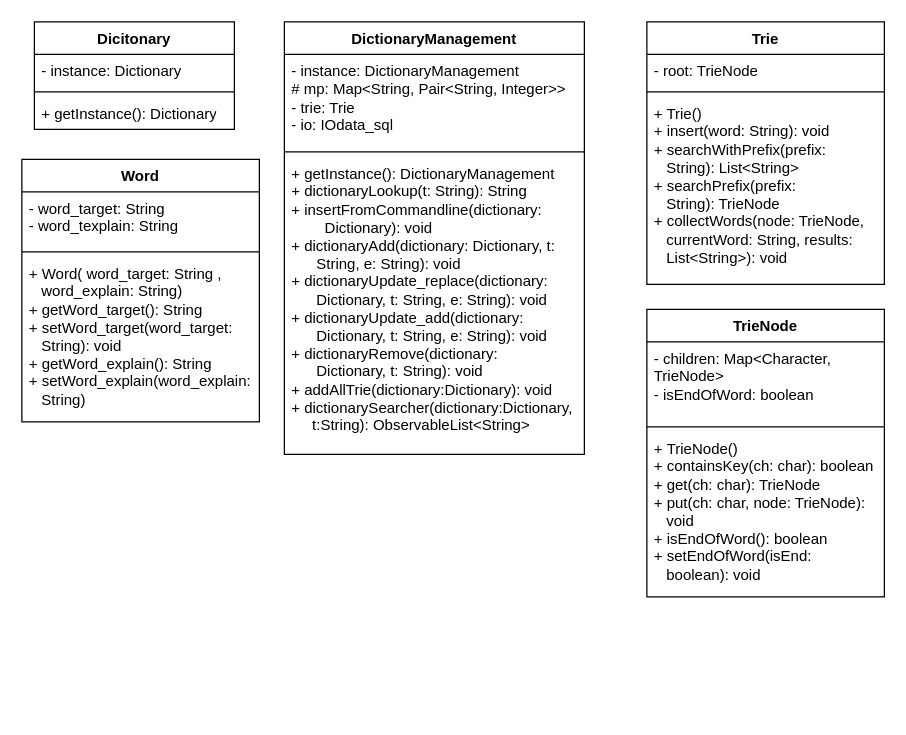
Above: Dictionary_Project/Biểu đồ không có tiêu đề.drawio in changchan255/OOP_Dictionary (draw.io), before the change. Source tidied: cells renumbered, new cells numbered last; positions are measured from the earlier drawing's top-left corner, leaving out a move shared by most shapes. Both pictures are drawn from the tidied source at 125%, with x=0, y=0 at pixel (21, 21).
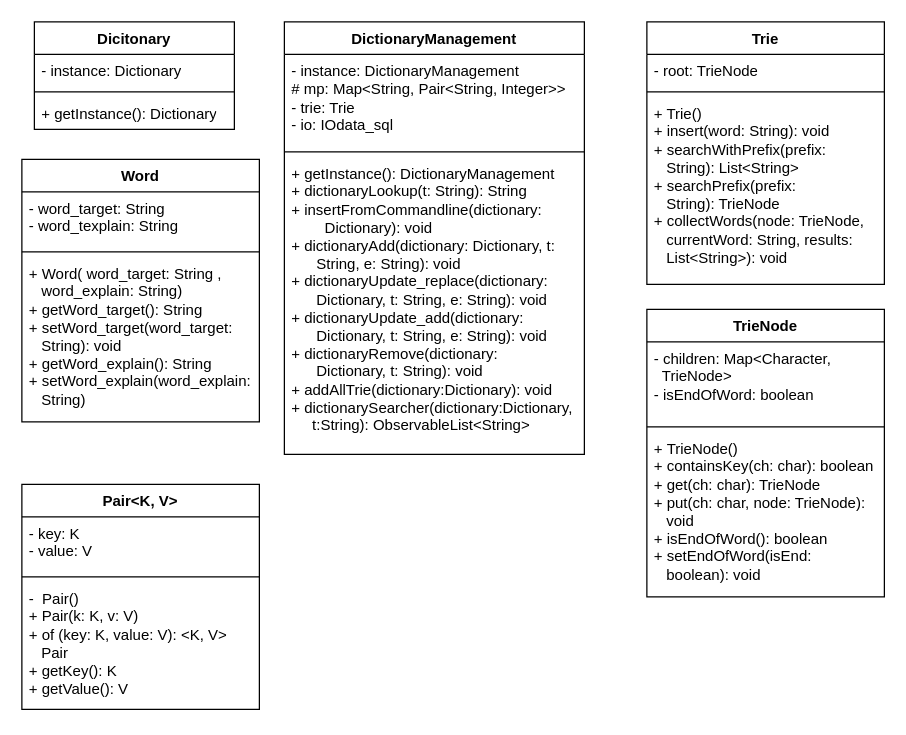
After the change.

Commit message:
Cập nhật

Unchanged cells that the change refers to:
```xml
<mxCell id="18" value="TrieNode" style="swimlane;fontStyle=1;align=center;verticalAlign=top;horizontal=1;startSize=26;whiteSpace=wrap;html=1;" parent="1" vertex="1">
  <mxGeometry x="500" y="230" width="190" height="230" as="geometry" />
</mxCell>
```

The edit, as a diff of the source:
```diff
@@
-    <mxCell id="19" value="- children:&amp;nbsp;Map&amp;lt;Character, TrieNode&amp;gt;&lt;br&gt;-&amp;nbsp;isEndOfWord: boolean" style="text;strokeColor=none;fillColor=none;align=left;verticalAlign=top;spacingLeft=4;spacingRight=4;overflow=hidden;whiteSpace=wrap;html=1;" parent="18" vertex="1">
+    <mxCell id="19" value="- children:&amp;nbsp;Map&amp;lt;Character,&amp;nbsp; &amp;nbsp; &amp;nbsp; &amp;nbsp; &amp;nbsp; &amp;nbsp; &amp;nbsp; TrieNode&amp;gt;&lt;br&gt;-&amp;nbsp;isEndOfWord: boolean" style="text;strokeColor=none;fillColor=none;align=left;verticalAlign=top;spacingLeft=4;spacingRight=4;overflow=hidden;whiteSpace=wrap;html=1;" parent="18" vertex="1">
       <mxGeometry y="26" width="190" height="64" as="geometry" />
     </mxCell>
@@
+    <mxCell id="22" value="Pair&amp;lt;K, V&amp;gt;" style="swimlane;fontStyle=1;align=center;verticalAlign=top;horizontal=1;startSize=26;whiteSpace=wrap;html=1;" parent="1" vertex="1">
+      <mxGeometry y="370" width="190" height="180" as="geometry" />
+    </mxCell>
+    <mxCell id="23" value="- key: K&lt;br&gt;- value: V" style="text;strokeColor=none;fillColor=none;align=left;verticalAlign=top;spacingLeft=4;spacingRight=4;overflow=hidden;whiteSpace=wrap;html=1;" parent="22" vertex="1">
+      <mxGeometry y="26" width="190" height="44" as="geometry" />
+    </mxCell>
+    <mxCell id="24" style="line;strokeWidth=1;fillColor=none;align=left;verticalAlign=middle;spacingTop=-1;spacingLeft=3;spacingRight=3;labelPosition=right;strokeColor=inherit;" parent="22" vertex="1">
+      <mxGeometry y="70" width="190" height="8" as="geometry" />
+    </mxCell>
+    <mxCell id="25" value="-&amp;nbsp; Pair()&lt;br&gt;+&amp;nbsp;Pair(k: K, v: V)&lt;br&gt;+&amp;nbsp;of (key: K, value: V):&amp;nbsp;&amp;lt;K, V&amp;gt;&amp;nbsp; &amp;nbsp; &amp;nbsp; &amp;nbsp; &amp;nbsp;Pair&lt;br&gt;+&amp;nbsp;getKey(): K&lt;br&gt;+&amp;nbsp;getValue(): V" style="text;strokeColor=none;fillColor=none;align=left;verticalAlign=top;spacingLeft=4;spacingRight=4;overflow=hidden;whiteSpace=wrap;html=1;" parent="22" vertex="1">
+      <mxGeometry y="78" width="190" height="102" as="geometry" />
+    </mxCell>
```
